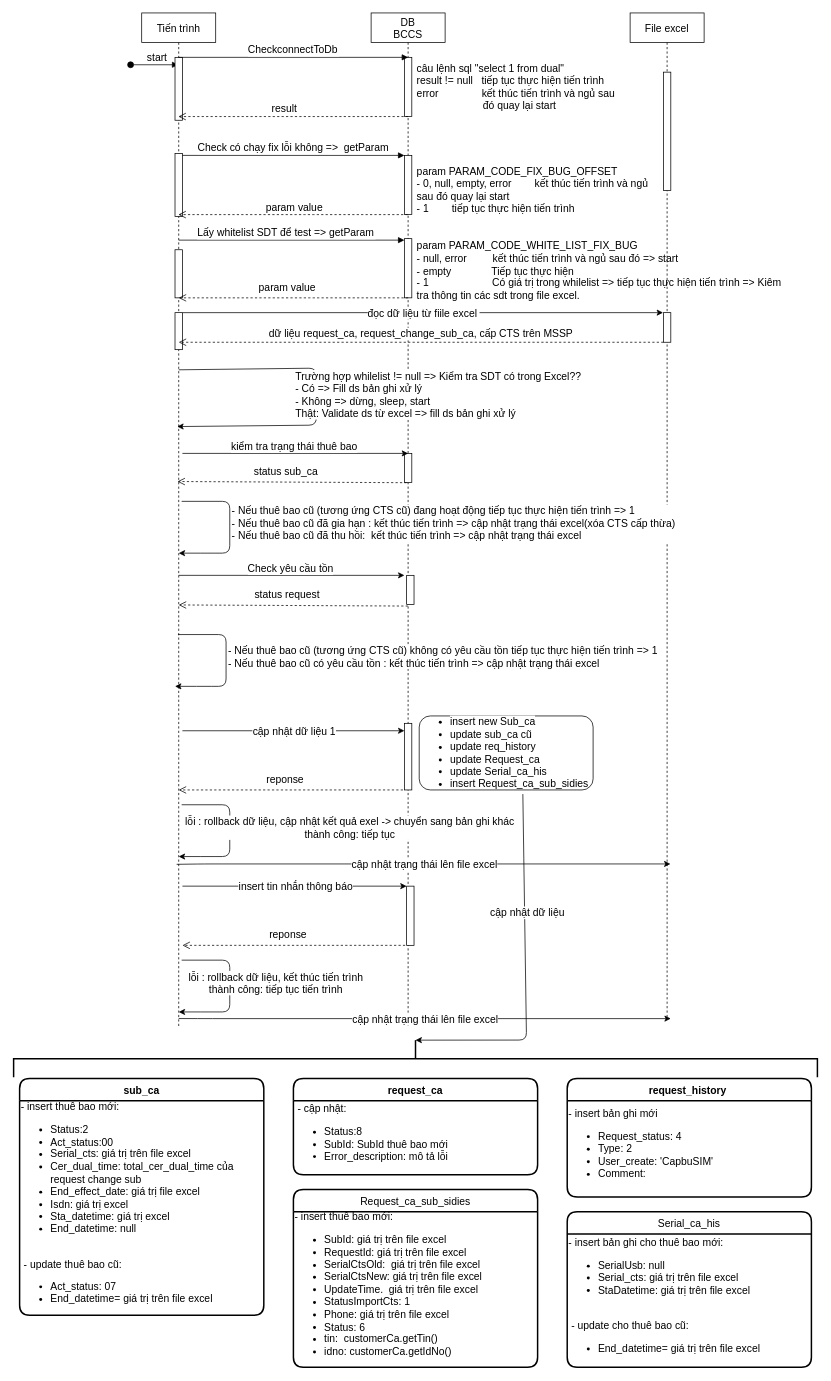
This is Untitled Diagram.drawio from tvthieu/testmerge, a draw.io file, before an edit. Source tidied: cells renumbered, new cells numbered last; positions are measured from the earlier drawing's top-left corner, leaving out a move shared by most shapes. Both pictures are drawn from the tidied source at 74%, with x=0, y=0 at pixel (19, 13).
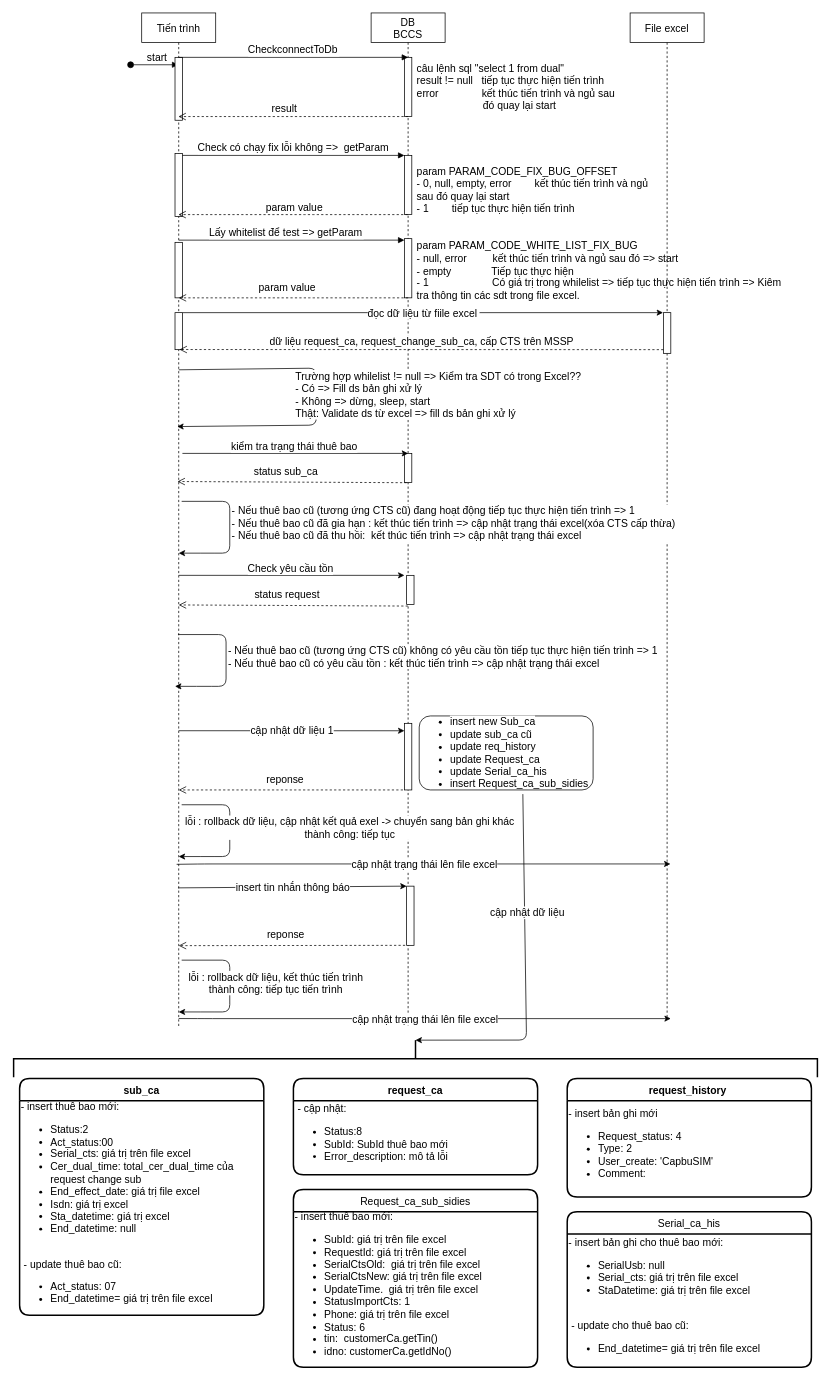
The same diagram, later.

The change refers to these unchanged cells:
```xml
<mxCell id="2" value="Tiến trình" style="shape=umlLifeline;perimeter=lifelinePerimeter;rounded=0;shadow=0;strokeWidth=1;fontSize=14;" parent="1" vertex="1">
  <mxGeometry x="165" width="100" height="1370" as="geometry" />
</mxCell>
<mxCell id="10" style="points=[];perimeter=orthogonalPerimeter;rounded=0;shadow=0;strokeWidth=1;fontSize=14;" parent="8" vertex="1">
  <mxGeometry x="45" y="305" width="10" height="80" as="geometry" />
</mxCell>
<mxCell id="18" value="File excel" style="shape=umlLifeline;perimeter=lifelinePerimeter;rounded=0;shadow=0;strokeWidth=1;fontSize=14;" parent="1" vertex="1">
  <mxGeometry x="825" width="100" height="1360" as="geometry" />
</mxCell>
```

What changed in the source:
```diff
@@
     <mxCell id="6" style="perimeter=orthogonalPerimeter;rounded=0;shadow=0;strokeWidth=1;fontSize=14;" parent="2" vertex="1">
-      <mxGeometry x="45" y="320" width="10" height="65" as="geometry" />
+      <mxGeometry x="45" y="310" width="10" height="75" as="geometry" />
     </mxCell>
@@
-    <mxCell id="19" style="perimeter=orthogonalPerimeter;rounded=0;shadow=0;strokeWidth=1;fontSize=14;" parent="18" vertex="1">
-      <mxGeometry x="45" y="80" width="10" height="160" as="geometry" />
-    </mxCell>
@@
-    <mxCell id="21" value="Lấy whitelist SDT để test =&gt; getParam" style="verticalAlign=bottom;endArrow=block;shadow=0;strokeWidth=1;fontSize=14;" parent="1" edge="1" target="10">
+    <mxCell id="21" value="Lấy whitelist để test =&gt; getParam" style="verticalAlign=bottom;endArrow=block;shadow=0;strokeWidth=1;fontSize=14;" parent="1" edge="1" target="10">
       <mxGeometry x="-0.05" relative="1" as="geometry">
         <mxPoint x="215" y="307" as="sourcePoint" />
       </mxGeometry>
     </mxCell>
@@
     <mxCell id="27" style="points=[];perimeter=orthogonalPerimeter;rounded=0;shadow=0;strokeWidth=1;fontSize=14;" parent="1" vertex="1">
-      <mxGeometry x="870" y="405" width="10" height="40" as="geometry" />
+      <mxGeometry x="870" y="405" width="10" height="55" as="geometry" />
     </mxCell>
@@
-    <mxCell id="30" value="dữ liệu request_ca, request_change_sub_ca, cấp CTS trên MSSP&lt;br style=&quot;font-size: 14px;&quot;&gt;" style="html=1;verticalAlign=bottom;endArrow=open;dashed=1;endSize=8;exitX=0;exitY=1;exitDx=0;exitDy=0;exitPerimeter=0;fontSize=14;" parent="1" edge="1" source="27">
+    <mxCell id="30" value="dữ liệu request_ca, request_change_sub_ca, cấp CTS trên MSSP&lt;br style=&quot;font-size: 14px;&quot;&gt;" style="html=1;verticalAlign=bottom;endArrow=open;dashed=1;endSize=8;fontSize=14;entryX=0.51;entryY=0.332;entryDx=0;entryDy=0;entryPerimeter=0;" parent="1" edge="1" target="2">
       <mxGeometry relative="1" as="geometry">
-        <mxPoint x="215" y="445" as="targetPoint" />
+        <mxPoint x="870" y="455" as="sourcePoint" />
       </mxGeometry>
     </mxCell>
@@
-    <mxCell id="36" style="endArrow=classic;html=1;fontSize=14;" parent="1" edge="1">
+    <mxCell id="36" style="endArrow=classic;html=1;fontSize=14;exitX=0.5;exitY=0.708;exitDx=0;exitDy=0;exitPerimeter=0;" parent="1" edge="1" source="2">
       <mxGeometry relative="1" as="geometry">
-        <mxPoint x="220" y="970" as="sourcePoint" />
         <mxPoint x="520" y="970" as="targetPoint" />
       </mxGeometry>
     </mxCell>
@@
-    <mxCell id="41" style="endArrow=classic;html=1;fontSize=14;" parent="1" edge="1">
+    <mxCell id="41" style="endArrow=classic;html=1;fontSize=14;exitX=0.49;exitY=0.863;exitDx=0;exitDy=0;exitPerimeter=0;" parent="1" edge="1" source="2">
       <mxGeometry relative="1" as="geometry">
-        <mxPoint x="220" y="1180" as="sourcePoint" />
         <mxPoint x="523" y="1180" as="targetPoint" />
       </mxGeometry>
     </mxCell>
@@
-    <mxCell id="43" value="reponse" style="verticalAlign=bottom;endArrow=open;dashed=1;endSize=8;shadow=0;strokeWidth=1;fontSize=14;" parent="1" edge="1">
+    <mxCell id="43" value="reponse" style="verticalAlign=bottom;endArrow=open;dashed=1;endSize=8;shadow=0;strokeWidth=1;fontSize=14;entryX=0.5;entryY=0.92;entryDx=0;entryDy=0;entryPerimeter=0;" parent="1" edge="1" target="2">
       <mxGeometry x="0.18" y="-20" relative="1" as="geometry">
         <mxPoint x="521" y="1260" as="sourcePoint" />
-        <mxPoint x="220" y="1260" as="targetPoint" />
         <mxPoint x="20" y="16" as="offset" />
       </mxGeometry>
     </mxCell>
```
